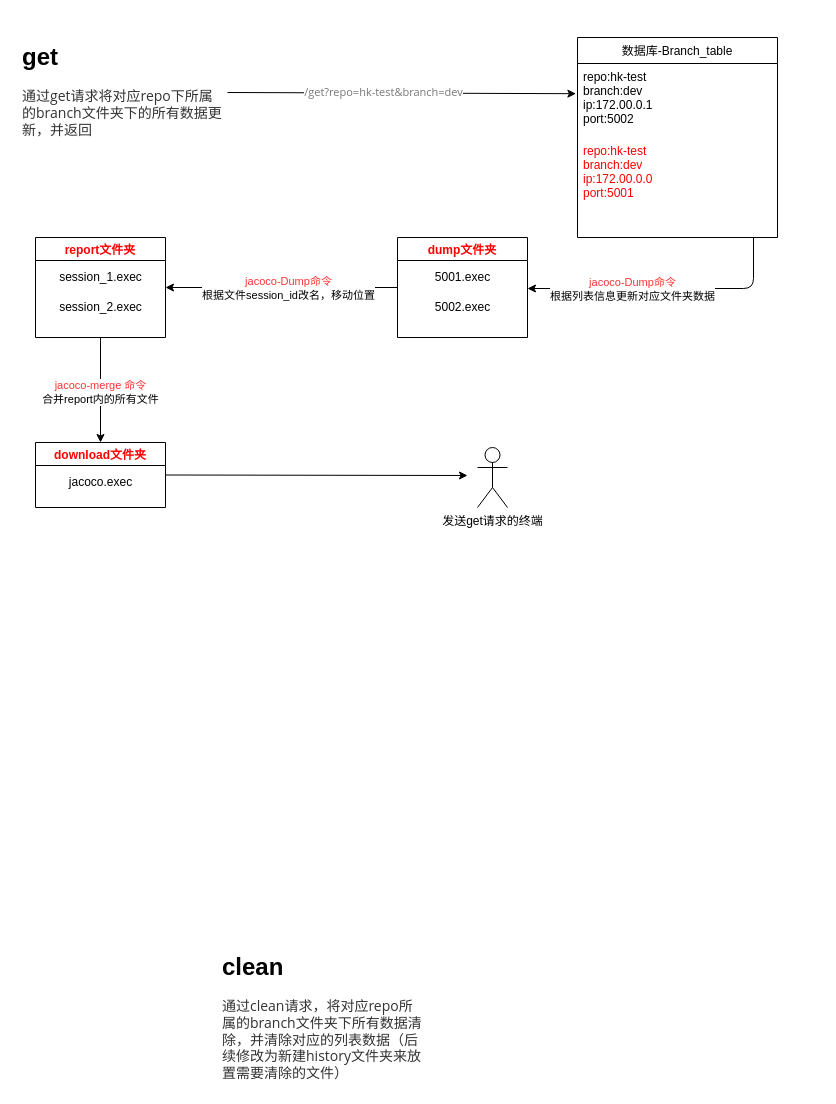
NierWinter/new keeps this draw.io diagram as 图.drawio. Above is the earlier version. Source tidied: cells renumbered, new cells numbered last; positions are measured from the earlier drawing's top-left corner, leaving out a move shared by most shapes. Both pictures are drawn from the tidied source at 100%, with x=0, y=0 at pixel (17, 37).
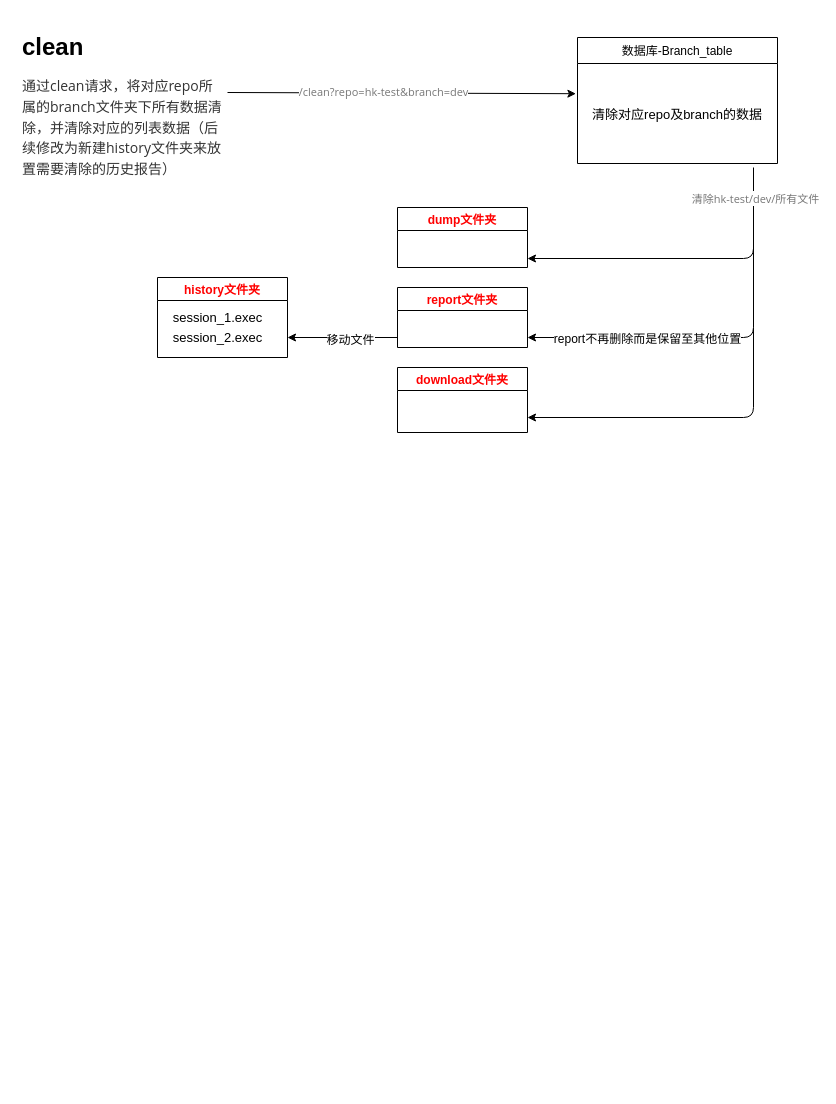
After the change.

Change to the diagram source:
```diff
@@
-    <mxCell id="2" value="&lt;h1&gt;get&lt;/h1&gt;&lt;span style=&quot;color: rgb(51 , 51 , 51) ; font-family: &amp;#34;open sans&amp;#34; , &amp;#34;clear sans&amp;#34; , &amp;#34;helvetica neue&amp;#34; , &amp;#34;helvetica&amp;#34; , &amp;#34;arial&amp;#34; , sans-serif ; background-color: rgb(255 , 255 , 255)&quot;&gt;&lt;font style=&quot;font-size: 14px&quot;&gt;通过get请求将对应repo下所属的branch文件夹下的所有数据更新，并返回&lt;br&gt;&lt;/font&gt;&lt;/span&gt;" style="text;html=1;strokeColor=none;fillColor=none;spacing=5;spacingTop=-20;whiteSpace=wrap;overflow=hidden;rounded=0;" parent="1" vertex="1">
-      <mxGeometry width="210" height="110" as="geometry" />
-    </mxCell>
-    <mxCell id="3" value="&lt;h1&gt;clean&lt;/h1&gt;&lt;span style=&quot;background-color: rgb(255 , 255 , 255)&quot;&gt;&lt;font&gt;&lt;font color=&quot;#333333&quot; face=&quot;open sans, clear sans, helvetica neue, helvetica, arial, sans-serif&quot;&gt;&lt;span style=&quot;font-size: 14px&quot;&gt;通过clean请求，将对应repo所属的branch文件夹下所有数据清除，并清除对应的列表数据（后续修改为新建history文件夹来放置需要清除的文件）&lt;/span&gt;&lt;/font&gt;&lt;br&gt;&lt;/font&gt;&lt;/span&gt;" style="text;html=1;strokeColor=none;fillColor=none;spacing=5;spacingTop=-20;whiteSpace=wrap;overflow=hidden;rounded=0;" parent="1" vertex="1">
-      <mxGeometry x="200" y="910" width="210" height="140" as="geometry" />
+    <mxCell id="3" value="&lt;h1&gt;clean&lt;/h1&gt;&lt;span style=&quot;background-color: rgb(255 , 255 , 255)&quot;&gt;&lt;font&gt;&lt;font color=&quot;#333333&quot; face=&quot;open sans, clear sans, helvetica neue, helvetica, arial, sans-serif&quot; size=&quot;1&quot;&gt;&lt;sup style=&quot;font-size: 14px&quot;&gt;通过clean请求，将对应repo所属的branch文件夹下所有数据清除，并清除对应的列表数据（后续修改为新建history文件夹来放置需要清除的历史报告）&lt;/sup&gt;&lt;/font&gt;&lt;br&gt;&lt;/font&gt;&lt;/span&gt;" style="text;html=1;strokeColor=none;fillColor=none;spacing=5;spacingTop=-20;whiteSpace=wrap;overflow=hidden;rounded=0;" parent="1" vertex="1">
+      <mxGeometry y="-10" width="210" height="170" as="geometry" />
     </mxCell>
-    <mxCell id="4" value="数据库-Branch_table" style="swimlane;fontStyle=0;horizontal=1;startSize=26;" parent="1" vertex="1">
-      <mxGeometry x="560" width="200" height="200" as="geometry" />
+    <mxCell id="4" value="数据库-Branch_table" style="swimlane;fontStyle=0;horizontal=1;startSize=26;align=center;" parent="1" vertex="1">
+      <mxGeometry x="560" width="200" height="126" as="geometry" />
     </mxCell>
-    <mxCell id="5" value="repo:hk-test&#10;branch:dev&#10;ip:172.00.0.1&#10;port:5002" style="text;strokeColor=none;fillColor=none;align=left;verticalAlign=top;spacingLeft=4;spacingRight=4;overflow=hidden;points=[[0,0.5],[1,0.5]];portConstraint=eastwest;" parent="4" vertex="1">
-      <mxGeometry y="26" width="200" height="74" as="geometry" />
-    </mxCell>
-    <mxCell id="6" value="repo:hk-test&#10;branch:dev&#10;ip:172.00.0.0&#10;port:5001" style="text;strokeColor=none;fillColor=none;align=left;verticalAlign=top;spacingLeft=4;spacingRight=4;overflow=hidden;points=[[0,0.5],[1,0.5]];portConstraint=eastwest;fontColor=#FF0000;" parent="4" vertex="1">
-      <mxGeometry y="100" width="200" height="100" as="geometry" />
+    <mxCell id="6" value="清除对应repo及branch的数据" style="text;strokeColor=none;fillColor=none;align=center;verticalAlign=middle;spacingLeft=4;spacingRight=4;overflow=hidden;points=[[0,0.5],[1,0.5]];portConstraint=eastwest;fontSize=13;" parent="4" vertex="1">
+      <mxGeometry y="26" width="200" height="100" as="geometry" />
     </mxCell>
-    <mxCell id="7" style="endArrow=classic;html=1;fontColor=#FF0000;exitX=1;exitY=0.5;exitDx=0;exitDy=0;entryX=-0.008;entryY=0.408;entryDx=0;entryDy=0;entryPerimeter=0;" parent="1" edge="1" source="2" target="5">
-      <mxGeometry relative="1" as="geometry" />
+    <mxCell id="7" style="endArrow=classic;html=1;fontColor=#FF0000;exitX=1;exitY=0.5;exitDx=0;exitDy=0;entryX=-0.008;entryY=0.408;entryDx=0;entryDy=0;entryPerimeter=0;" parent="1" edge="1">
+      <mxGeometry relative="1" as="geometry">
+        <mxPoint x="210" y="55" as="sourcePoint" />
+        <mxPoint x="558.4" y="56.2" as="targetPoint" />
+      </mxGeometry>
     </mxCell>
-    <mxCell id="8" value="&lt;span style=&quot;color: rgb(119 , 119 , 119) ; font-family: &amp;#34;open sans&amp;#34; , &amp;#34;clear sans&amp;#34; , &amp;#34;helvetica neue&amp;#34; , &amp;#34;helvetica&amp;#34; , &amp;#34;arial&amp;#34; , sans-serif ; text-align: left&quot;&gt;/get?repo=hk-test&lt;/span&gt;&lt;span style=&quot;color: rgb(119 , 119 , 119) ; font-family: &amp;#34;open sans&amp;#34; , &amp;#34;clear sans&amp;#34; , &amp;#34;helvetica neue&amp;#34; , &amp;#34;helvetica&amp;#34; , &amp;#34;arial&amp;#34; , sans-serif ; text-align: left&quot;&gt;&amp;amp;branch=dev&lt;/span&gt;" style="edgeLabel;html=1;align=center;verticalAlign=middle;fontColor=#FF0000;" parent="7" vertex="1">
+    <mxCell id="8" value="&lt;span style=&quot;color: rgb(119 , 119 , 119) ; font-family: &amp;#34;open sans&amp;#34; , &amp;#34;clear sans&amp;#34; , &amp;#34;helvetica neue&amp;#34; , &amp;#34;helvetica&amp;#34; , &amp;#34;arial&amp;#34; , sans-serif ; text-align: left&quot;&gt;/clean?repo=hk-test&lt;/span&gt;&lt;span style=&quot;color: rgb(119 , 119 , 119) ; font-family: &amp;#34;open sans&amp;#34; , &amp;#34;clear sans&amp;#34; , &amp;#34;helvetica neue&amp;#34; , &amp;#34;helvetica&amp;#34; , &amp;#34;arial&amp;#34; , sans-serif ; text-align: left&quot;&gt;&amp;amp;branch=dev&lt;/span&gt;" style="edgeLabel;html=1;align=center;verticalAlign=middle;fontColor=#FF0000;" parent="7" vertex="1">
       <mxGeometry x="-0.11" y="3" relative="1" as="geometry">
         <mxPoint y="2" as="offset" />
       </mxGeometry>
     </mxCell>
-    <mxCell id="9" style="endArrow=classic;html=1;fontColor=#FF0000;" parent="1" edge="1">
+    <mxCell id="9" style="endArrow=classic;html=1;fontColor=#FF0000;exitX=0.88;exitY=1.04;exitDx=0;exitDy=0;exitPerimeter=0;" parent="1" edge="1" source="6">
       <mxGeometry relative="1" as="geometry">
-        <mxPoint x="736" y="200" as="sourcePoint" />
-        <mxPoint x="510" y="251" as="targetPoint" />
+        <mxPoint x="510" y="221" as="targetPoint" />
         <Array as="points">
-          <mxPoint x="736" y="251" />
+          <mxPoint x="736" y="221" />
         </Array>
       </mxGeometry>
     </mxCell>
-    <mxCell id="10" value="&lt;font color=&quot;#ff3333&quot;&gt;jacoco-Dump命令&lt;/font&gt;&lt;br&gt;&lt;font color=&quot;#000000&quot;&gt;根据列表信息更新对应文件夹数据&lt;/font&gt;" style="edgeLabel;html=1;align=center;verticalAlign=middle;fontColor=#FF0000;" parent="9" vertex="1">
-      <mxGeometry x="0.29" y="3" relative="1" as="geometry">
-        <mxPoint x="6" y="-3" as="offset" />
-      </mxGeometry>
-    </mxCell>
+    <mxCell id="25" value="&lt;span style=&quot;font-size: 11px ; color: rgb(119 , 119 , 119) ; font-family: &amp;#34;open sans&amp;#34; , &amp;#34;clear sans&amp;#34; , &amp;#34;helvetica neue&amp;#34; , &amp;#34;helvetica&amp;#34; , &amp;#34;arial&amp;#34; , sans-serif ; text-align: left&quot;&gt;清除hk-test/&lt;/span&gt;&lt;span style=&quot;font-size: 11px ; color: rgb(119 , 119 , 119) ; font-family: &amp;#34;open sans&amp;#34; , &amp;#34;clear sans&amp;#34; , &amp;#34;helvetica neue&amp;#34; , &amp;#34;helvetica&amp;#34; , &amp;#34;arial&amp;#34; , sans-serif ; text-align: left&quot;&gt;dev/所有文件&lt;/span&gt;" style="edgeLabel;html=1;align=center;verticalAlign=middle;fontSize=13;fontColor=#000000;" parent="9" vertex="1">
+      <mxGeometry x="-0.81" y="1" relative="1" as="geometry" />
+    </mxCell>
     <mxCell id="11" value="dump文件夹" style="swimlane;fontColor=#FF0000;" parent="1" vertex="1">
-      <mxGeometry x="380" y="200" width="130" height="100" as="geometry" />
+      <mxGeometry x="380" y="170" width="130" height="60" as="geometry" />
     </mxCell>
-    <mxCell id="12" value="&lt;font color=&quot;#000000&quot;&gt;5001.exec&lt;/font&gt;" style="text;html=1;align=center;verticalAlign=middle;strokeColor=none;fontColor=#FF0000;" parent="11" vertex="1">
-      <mxGeometry x="30" y="30" width="70" height="20" as="geometry" />
-    </mxCell>
-    <mxCell id="13" value="&lt;font color=&quot;#000000&quot;&gt;5002.exec&lt;/font&gt;" style="text;html=1;align=center;verticalAlign=middle;strokeColor=none;fontColor=#FF0000;" parent="11" vertex="1">
-      <mxGeometry x="30" y="60" width="70" height="20" as="geometry" />
-    </mxCell>
     <mxCell id="14" value="report文件夹" style="swimlane;fontColor=#FF0000;" parent="1" vertex="1">
-      <mxGeometry x="18" y="200" width="130" height="100" as="geometry" />
+      <mxGeometry x="380" y="250" width="130" height="60" as="geometry" />
     </mxCell>
+    <mxCell id="19" value="download文件夹" style="swimlane;fontColor=#FF0000;" parent="1" vertex="1">
+      <mxGeometry x="380" y="330" width="130" height="65" as="geometry" />
+    </mxCell>
+    <mxCell id="26" style="edgeStyle=segmentEdgeStyle;endArrow=classic;html=1;fontSize=13;fontColor=#000000;" parent="1" edge="1">
+      <mxGeometry relative="1" as="geometry">
+        <mxPoint x="736" y="210" as="sourcePoint" />
+        <mxPoint x="510" y="300" as="targetPoint" />
+        <Array as="points">
+          <mxPoint x="736" y="300" />
+        </Array>
+      </mxGeometry>
+    </mxCell>
+    <mxCell id="27" value="&lt;font style=&quot;font-size: 12px&quot;&gt;report不再删除而是保留至其他位置&lt;/font&gt;" style="edgeLabel;html=1;align=center;verticalAlign=middle;fontSize=13;fontColor=#000000;" parent="26" vertex="1">
+      <mxGeometry x="0.19" relative="1" as="geometry">
+        <mxPoint x="-9" as="offset" />
+      </mxGeometry>
+    </mxCell>
+    <mxCell id="28" style="edgeStyle=segmentEdgeStyle;endArrow=classic;html=1;fontSize=13;fontColor=#000000;" parent="1" edge="1">
+      <mxGeometry relative="1" as="geometry">
+        <mxPoint x="736" y="290" as="sourcePoint" />
+        <mxPoint x="510" y="380" as="targetPoint" />
+        <Array as="points">
+          <mxPoint x="736" y="380" />
+        </Array>
+      </mxGeometry>
+    </mxCell>
+    <mxCell id="29" value="history文件夹" style="swimlane;fontColor=#FF0000;" parent="1" vertex="1">
+      <mxGeometry x="140" y="240" width="130" height="80" as="geometry" />
+    </mxCell>
+    <mxCell id="30" value="session_2.exec" style="text;html=1;align=center;verticalAlign=middle;strokeColor=none;fontSize=13;fontColor=#000000;" parent="29" vertex="1">
+      <mxGeometry x="5" y="50" width="110" height="20" as="geometry" />
+    </mxCell>
-    <mxCell id="15" value="&lt;font color=&quot;#000000&quot;&gt;session_1.exec&lt;/font&gt;" style="text;html=1;align=center;verticalAlign=middle;strokeColor=none;fontColor=#FF0000;" parent="14" vertex="1">
-      <mxGeometry x="15" y="30" width="100" height="20" as="geometry" />
+    <mxCell id="15" value="session_1.exec" style="text;html=1;align=center;verticalAlign=middle;strokeColor=none;fontSize=13;fontColor=#000000;" parent="29" vertex="1">
+      <mxGeometry x="5" y="30" width="110" height="20" as="geometry" />
     </mxCell>
-    <mxCell id="16" value="&lt;span style=&quot;color: rgb(0 , 0 , 0)&quot;&gt;session_2&lt;/span&gt;&lt;font color=&quot;#000000&quot;&gt;.exec&lt;/font&gt;" style="text;html=1;align=center;verticalAlign=middle;strokeColor=none;fontColor=#FF0000;" parent="14" vertex="1">
-      <mxGeometry x="15" y="60" width="100" height="20" as="geometry" />
-    </mxCell>
-    <mxCell id="17" style="endArrow=classic;html=1;fontColor=#FF0000;exitX=0;exitY=0.5;exitDx=0;exitDy=0;entryX=1;entryY=0.5;entryDx=0;entryDy=0;" parent="1" edge="1" source="11" target="14">
-      <mxGeometry relative="1" as="geometry" />
-    </mxCell>
-    <mxCell id="18" value="&lt;font color=&quot;#ff3333&quot;&gt;jacoco-Dump命令&lt;/font&gt;&lt;br&gt;&lt;font color=&quot;#000000&quot;&gt;根据文件session_id改名，移动位置&lt;/font&gt;" style="edgeLabel;html=1;align=center;verticalAlign=middle;fontColor=#FF0000;" parent="17" vertex="1">
-      <mxGeometry x="0.25" y="1" relative="1" as="geometry">
-        <mxPoint x="35" y="-1" as="offset" />
-      </mxGeometry>
-    </mxCell>
-    <mxCell id="19" value="download文件夹" style="swimlane;fontColor=#FF0000;" parent="1" vertex="1">
-      <mxGeometry x="18" y="405" width="130" height="65" as="geometry" />
-    </mxCell>
-    <mxCell id="20" value="&lt;font color=&quot;#000000&quot;&gt;jacoco.exec&lt;/font&gt;" style="text;html=1;align=center;verticalAlign=middle;strokeColor=none;fontColor=#FF0000;" parent="19" vertex="1">
-      <mxGeometry x="25" y="30" width="80" height="20" as="geometry" />
-    </mxCell>
-    <mxCell id="21" style="endArrow=classic;html=1;fontColor=#FF0000;exitX=0.5;exitY=1;exitDx=0;exitDy=0;entryX=0.5;entryY=0;entryDx=0;entryDy=0;" parent="1" edge="1" source="14" target="19">
-      <mxGeometry relative="1" as="geometry" />
-    </mxCell>
-    <mxCell id="22" value="&lt;font color=&quot;#ff3333&quot;&gt;jacoco-&lt;span style=&quot;font-size: 11px&quot;&gt;merge&amp;nbsp;&lt;/span&gt;命令&lt;/font&gt;&lt;br&gt;&lt;font color=&quot;#000000&quot;&gt;合并report内的所有文件&lt;/font&gt;" style="edgeLabel;html=1;align=center;verticalAlign=middle;fontColor=#FF0000;" parent="21" vertex="1">
-      <mxGeometry x="0.22" y="-1" relative="1" as="geometry">
-        <mxPoint y="-10" as="offset" />
-      </mxGeometry>
-    </mxCell>
-    <mxCell id="23" style="endArrow=classic;html=1;fontColor=#FF0000;exitX=1;exitY=0.5;exitDx=0;exitDy=0;" parent="1" edge="1" source="19">
-      <mxGeometry relative="1" as="geometry">
-        <mxPoint x="450" y="438" as="targetPoint" />
-      </mxGeometry>
-    </mxCell>
-    <mxCell id="24" value="&lt;font color=&quot;#000000&quot;&gt;发送get请求的终端&lt;/font&gt;" style="shape=umlActor;verticalLabelPosition=bottom;verticalAlign=top;html=1;fontColor=#FF0000;" parent="1" vertex="1">
-      <mxGeometry x="460" y="410" width="30" height="60" as="geometry" />
-    </mxCell>
+    <mxCell id="31" style="endArrow=classic;html=1;fontSize=13;fontColor=#000000;" parent="1" edge="1">
+      <mxGeometry relative="1" as="geometry">
+        <mxPoint x="380" y="300" as="sourcePoint" />
+        <mxPoint x="270" y="300" as="targetPoint" />
+      </mxGeometry>
+    </mxCell>
+    <mxCell id="32" value="&lt;font style=&quot;font-size: 12px&quot;&gt;移动文件&lt;/font&gt;" style="edgeLabel;html=1;align=center;verticalAlign=middle;fontSize=13;fontColor=#000000;" parent="31" vertex="1">
+      <mxGeometry x="-0.12" y="2" relative="1" as="geometry">
+        <mxPoint y="-1" as="offset" />
+      </mxGeometry>
+    </mxCell>
```
